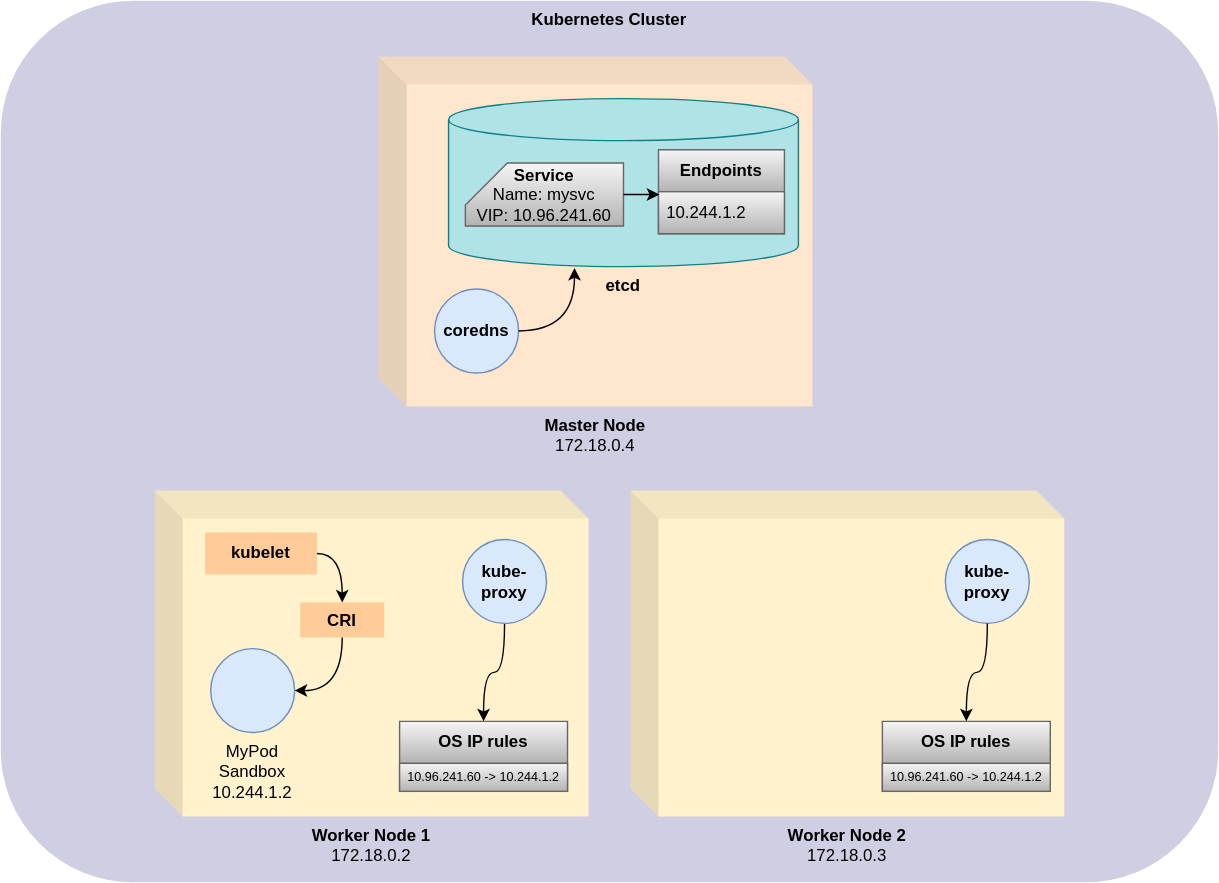
llorllale/llorllale.github.io keeps this draw.io diagram as assets/img/k8s-networking/k8s-cri-network.svg. Above is the earlier version. Source tidied: cells renumbered, new cells last; positions are measured from the earlier drawing's top-left corner, leaving out a move shared by most shapes. Source of this version:
```xml
<mxGraphModel>
  <root>
    <mxCell id="0" />
    <mxCell id="1" parent="0" />
    <mxCell id="2" value="Kubernetes Cluster" style="rounded=1;whiteSpace=wrap;html=1;fontStyle=1;horizontal=1;verticalAlign=top;fillColor=#D0CEE2;strokeColor=none;" parent="1" vertex="1">
      <mxGeometry width="870" height="630" as="geometry" />
    </mxCell>
    <mxCell id="3" value="&lt;b&gt;Worker Node 1&lt;br&gt;&lt;/b&gt;172.18.0.2" style="shape=cube;whiteSpace=wrap;html=1;boundedLbl=1;backgroundOutline=1;darkOpacity=0.05;darkOpacity2=0.1;labelPosition=center;verticalLabelPosition=bottom;align=center;verticalAlign=top;fillColor=#fff2cc;strokeColor=none;" parent="1" vertex="1">
      <mxGeometry x="110" y="350" width="310" height="233" as="geometry" />
    </mxCell>
    <mxCell id="4" value="kubelet" style="rounded=0;whiteSpace=wrap;html=1;fontStyle=1;fillColor=#ffcc99;strokeColor=none;" parent="1" vertex="1">
      <mxGeometry x="146" y="380" width="80" height="30" as="geometry" />
    </mxCell>
    <mxCell id="5" value="MyPod Sandbox&lt;br&gt;10.244.1.2" style="ellipse;whiteSpace=wrap;html=1;labelPosition=center;verticalLabelPosition=bottom;align=center;verticalAlign=top;fillColor=#dae8fc;strokeColor=#6c8ebf;" parent="1" vertex="1">
      <mxGeometry x="150" y="463" width="60" height="60" as="geometry" />
    </mxCell>
    <mxCell id="6" value="OS IP rules" style="swimlane;fontStyle=1;horizontal=1;startSize=30;whiteSpace=wrap;html=1;fillColor=#f5f5f5;gradientColor=#b3b3b3;strokeColor=#666666;" parent="1" vertex="1">
      <mxGeometry x="285" y="515" width="120" height="50" as="geometry" />
    </mxCell>
    <mxCell id="7" value="10.96.241.60 -&amp;gt; 10.244.1.2" style="text;strokeColor=#666666;fillColor=#f5f5f5;align=left;verticalAlign=middle;spacingLeft=4;spacingRight=4;overflow=hidden;whiteSpace=wrap;html=1;fontSize=9;gradientColor=#b3b3b3;" parent="6" vertex="1">
      <mxGeometry y="30" width="120" height="20" as="geometry" />
    </mxCell>
    <mxCell id="8" value="&lt;b&gt;Master Node&lt;br&gt;&lt;/b&gt;172.18.0.4" style="shape=cube;whiteSpace=wrap;html=1;boundedLbl=1;backgroundOutline=1;darkOpacity=0.05;darkOpacity2=0.1;labelPosition=center;verticalLabelPosition=bottom;align=center;verticalAlign=top;fillColor=#ffe6cc;strokeColor=none;" parent="1" vertex="1">
      <mxGeometry x="270" y="40" width="310" height="250" as="geometry" />
    </mxCell>
    <mxCell id="9" value="CRI" style="rounded=0;whiteSpace=wrap;html=1;fontStyle=1;fillColor=#ffcc99;strokeColor=none;" parent="1" vertex="1">
      <mxGeometry x="214" y="430" width="60" height="25" as="geometry" />
    </mxCell>
    <mxCell id="10" style="endArrow=classic;html=1;rounded=0;exitX=1;exitY=0.5;exitDx=0;exitDy=0;entryX=0.5;entryY=0;entryDx=0;entryDy=0;edgeStyle=orthogonalEdgeStyle;curved=1;" parent="1" edge="1" source="4" target="9">
      <mxGeometry relative="1" as="geometry" />
    </mxCell>
    <mxCell id="11" style="endArrow=classic;html=1;rounded=0;exitX=0.5;exitY=1;exitDx=0;exitDy=0;entryX=1;entryY=0.5;entryDx=0;entryDy=0;edgeStyle=orthogonalEdgeStyle;curved=1;" parent="1" edge="1" source="9" target="5">
      <mxGeometry relative="1" as="geometry" />
    </mxCell>
    <mxCell id="12" style="endArrow=classic;html=1;rounded=0;exitX=0.5;exitY=1;exitDx=0;exitDy=0;entryX=0.5;entryY=0;entryDx=0;entryDy=0;edgeStyle=orthogonalEdgeStyle;curved=1;" parent="1" edge="1" source="21" target="6">
      <mxGeometry relative="1" as="geometry" />
    </mxCell>
    <mxCell id="13" value="&lt;b&gt;Worker Node 2&lt;br&gt;&lt;/b&gt;172.18.0.3" style="shape=cube;whiteSpace=wrap;html=1;boundedLbl=1;backgroundOutline=1;darkOpacity=0.05;darkOpacity2=0.1;labelPosition=center;verticalLabelPosition=bottom;align=center;verticalAlign=top;fillColor=#fff2cc;strokeColor=none;" parent="1" vertex="1">
      <mxGeometry x="450" y="350" width="310" height="233" as="geometry" />
    </mxCell>
    <mxCell id="14" value="&lt;b&gt;etcd&lt;/b&gt;" style="shape=cylinder3;whiteSpace=wrap;html=1;boundedLbl=1;backgroundOutline=1;size=15;labelPosition=center;verticalLabelPosition=bottom;align=center;verticalAlign=top;fillColor=#b0e3e6;strokeColor=#0e8088;" parent="1" vertex="1">
      <mxGeometry x="320" y="70" width="250" height="120" as="geometry" />
    </mxCell>
    <mxCell id="15" value="&lt;b&gt;Service&lt;/b&gt;&lt;br&gt;Name: mysvc&lt;br&gt;VIP: 10.96.241.60" style="shape=card;whiteSpace=wrap;html=1;fillColor=#f5f5f5;gradientColor=#b3b3b3;strokeColor=#666666;" parent="1" vertex="1">
      <mxGeometry x="332" y="116" width="113" height="45" as="geometry" />
    </mxCell>
    <mxCell id="16" value="&lt;b&gt;Endpoints&lt;/b&gt;" style="swimlane;fontStyle=0;horizontal=1;startSize=30;whiteSpace=wrap;html=1;fillColor=#f5f5f5;gradientColor=#b3b3b3;strokeColor=#666666;" parent="1" vertex="1">
      <mxGeometry x="470" y="106.5" width="90" height="60" as="geometry" />
    </mxCell>
    <mxCell id="17" value="10.244.1.2" style="text;strokeColor=#666666;fillColor=#f5f5f5;align=left;verticalAlign=middle;spacingLeft=4;spacingRight=4;overflow=hidden;points=[[0,0.5],[1,0.5]];portConstraint=eastwest;whiteSpace=wrap;html=1;gradientColor=#b3b3b3;" parent="16" vertex="1">
      <mxGeometry y="30" width="90" height="30" as="geometry" />
    </mxCell>
    <mxCell id="18" style="edgeStyle=orthogonalEdgeStyle;rounded=0;jettySize=auto;html=1;entryX=0.007;entryY=0.067;entryDx=0;entryDy=0;entryPerimeter=0;" parent="1" edge="1" source="15" target="17">
      <mxGeometry relative="1" as="geometry" />
    </mxCell>
    <mxCell id="19" value="&lt;b&gt;coredns&lt;/b&gt;" style="ellipse;whiteSpace=wrap;html=1;labelPosition=center;verticalLabelPosition=middle;align=center;verticalAlign=middle;fillColor=#dae8fc;strokeColor=#6c8ebf;" parent="1" vertex="1">
      <mxGeometry x="310" y="206" width="60" height="60" as="geometry" />
    </mxCell>
    <mxCell id="20" style="endArrow=classic;html=1;rounded=0;exitX=1;exitY=0.5;exitDx=0;exitDy=0;edgeStyle=orthogonalEdgeStyle;curved=1;entryX=0.36;entryY=1.008;entryDx=0;entryDy=0;entryPerimeter=0;" parent="1" edge="1" source="19" target="14">
      <mxGeometry relative="1" as="geometry" />
    </mxCell>
    <mxCell id="21" value="kube-proxy" style="ellipse;whiteSpace=wrap;html=1;labelPosition=center;verticalLabelPosition=middle;align=center;verticalAlign=middle;fillColor=#dae8fc;strokeColor=#6c8ebf;fontStyle=1;" parent="1" vertex="1">
      <mxGeometry x="330" y="385" width="60" height="60" as="geometry" />
    </mxCell>
    <mxCell id="22" value="OS IP rules" style="swimlane;fontStyle=1;horizontal=1;startSize=30;whiteSpace=wrap;html=1;fillColor=#f5f5f5;gradientColor=#b3b3b3;strokeColor=#666666;" parent="1" vertex="1">
      <mxGeometry x="630" y="515" width="120" height="50" as="geometry" />
    </mxCell>
    <mxCell id="23" value="10.96.241.60 -&amp;gt; 10.244.1.2" style="text;strokeColor=#666666;fillColor=#f5f5f5;align=left;verticalAlign=middle;spacingLeft=4;spacingRight=4;overflow=hidden;whiteSpace=wrap;html=1;fontSize=9;gradientColor=#b3b3b3;" parent="22" vertex="1">
      <mxGeometry y="30" width="120" height="20" as="geometry" />
    </mxCell>
    <mxCell id="24" value="kube-proxy" style="ellipse;whiteSpace=wrap;html=1;labelPosition=center;verticalLabelPosition=middle;align=center;verticalAlign=middle;fillColor=#dae8fc;strokeColor=#6c8ebf;fontStyle=1;" parent="1" vertex="1">
      <mxGeometry x="675" y="385" width="60" height="60" as="geometry" />
    </mxCell>
    <mxCell id="25" style="endArrow=classic;html=1;rounded=0;exitX=0.5;exitY=1;exitDx=0;exitDy=0;entryX=0.5;entryY=0;entryDx=0;entryDy=0;edgeStyle=orthogonalEdgeStyle;curved=1;" parent="1" edge="1" source="24" target="22">
      <mxGeometry relative="1" as="geometry" />
    </mxCell>
  </root>
</mxGraphModel>
```
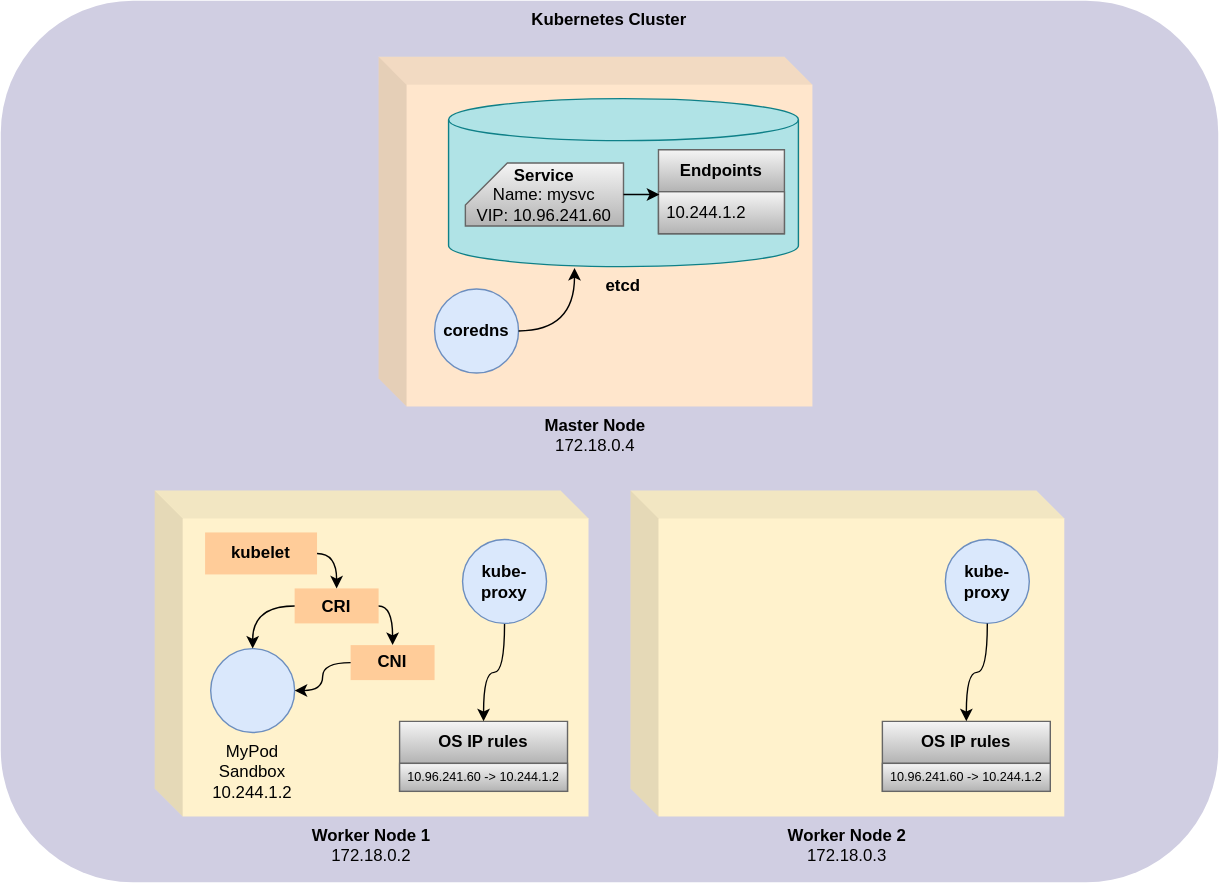
The same diagram one commit later.

Change to the diagram source:
```diff
@@ -24,12 +24,12 @@
       <mxGeometry x="270" y="40" width="310" height="250" as="geometry" />
     </mxCell>
     <mxCell id="9" value="CRI" style="rounded=0;whiteSpace=wrap;html=1;fontStyle=1;fillColor=#ffcc99;strokeColor=none;" parent="1" vertex="1">
-      <mxGeometry x="214" y="430" width="60" height="25" as="geometry" />
+      <mxGeometry x="210" y="420" width="60" height="25" as="geometry" />
     </mxCell>
     <mxCell id="10" style="endArrow=classic;html=1;rounded=0;exitX=1;exitY=0.5;exitDx=0;exitDy=0;entryX=0.5;entryY=0;entryDx=0;entryDy=0;edgeStyle=orthogonalEdgeStyle;curved=1;" parent="1" edge="1" source="4" target="9">
       <mxGeometry relative="1" as="geometry" />
     </mxCell>
-    <mxCell id="11" style="endArrow=classic;html=1;rounded=0;exitX=0.5;exitY=1;exitDx=0;exitDy=0;entryX=1;entryY=0.5;entryDx=0;entryDy=0;edgeStyle=orthogonalEdgeStyle;curved=1;" parent="1" edge="1" source="9" target="5">
+    <mxCell id="11" style="endArrow=classic;html=1;rounded=0;exitX=0;exitY=0.5;exitDx=0;exitDy=0;entryX=0.5;entryY=0;entryDx=0;entryDy=0;edgeStyle=orthogonalEdgeStyle;curved=1;" parent="1" edge="1" source="9" target="5">
       <mxGeometry relative="1" as="geometry" />
     </mxCell>
     <mxCell id="12" style="endArrow=classic;html=1;rounded=0;exitX=0.5;exitY=1;exitDx=0;exitDy=0;entryX=0.5;entryY=0;entryDx=0;entryDy=0;edgeStyle=orthogonalEdgeStyle;curved=1;" parent="1" edge="1" source="21" target="6">
@@ -74,5 +74,14 @@
     <mxCell id="25" style="endArrow=classic;html=1;rounded=0;exitX=0.5;exitY=1;exitDx=0;exitDy=0;entryX=0.5;entryY=0;entryDx=0;entryDy=0;edgeStyle=orthogonalEdgeStyle;curved=1;" parent="1" edge="1" source="24" target="22">
       <mxGeometry relative="1" as="geometry" />
     </mxCell>
+    <mxCell id="26" value="CNI" style="rounded=0;whiteSpace=wrap;html=1;fontStyle=1;fillColor=#ffcc99;strokeColor=none;" parent="1" vertex="1">
+      <mxGeometry x="250" y="460.5" width="60" height="25" as="geometry" />
+    </mxCell>
+    <mxCell id="27" style="endArrow=classic;html=1;rounded=0;exitX=1;exitY=0.5;exitDx=0;exitDy=0;entryX=0.5;entryY=0;entryDx=0;entryDy=0;edgeStyle=orthogonalEdgeStyle;curved=1;" parent="1" edge="1" source="9" target="26">
+      <mxGeometry relative="1" as="geometry" />
+    </mxCell>
+    <mxCell id="28" style="endArrow=classic;html=1;rounded=0;exitX=0;exitY=0.5;exitDx=0;exitDy=0;entryX=1;entryY=0.5;entryDx=0;entryDy=0;edgeStyle=orthogonalEdgeStyle;curved=1;" parent="1" edge="1" source="26" target="5">
+      <mxGeometry relative="1" as="geometry" />
+    </mxCell>
   </root>
 </mxGraphModel>
```
